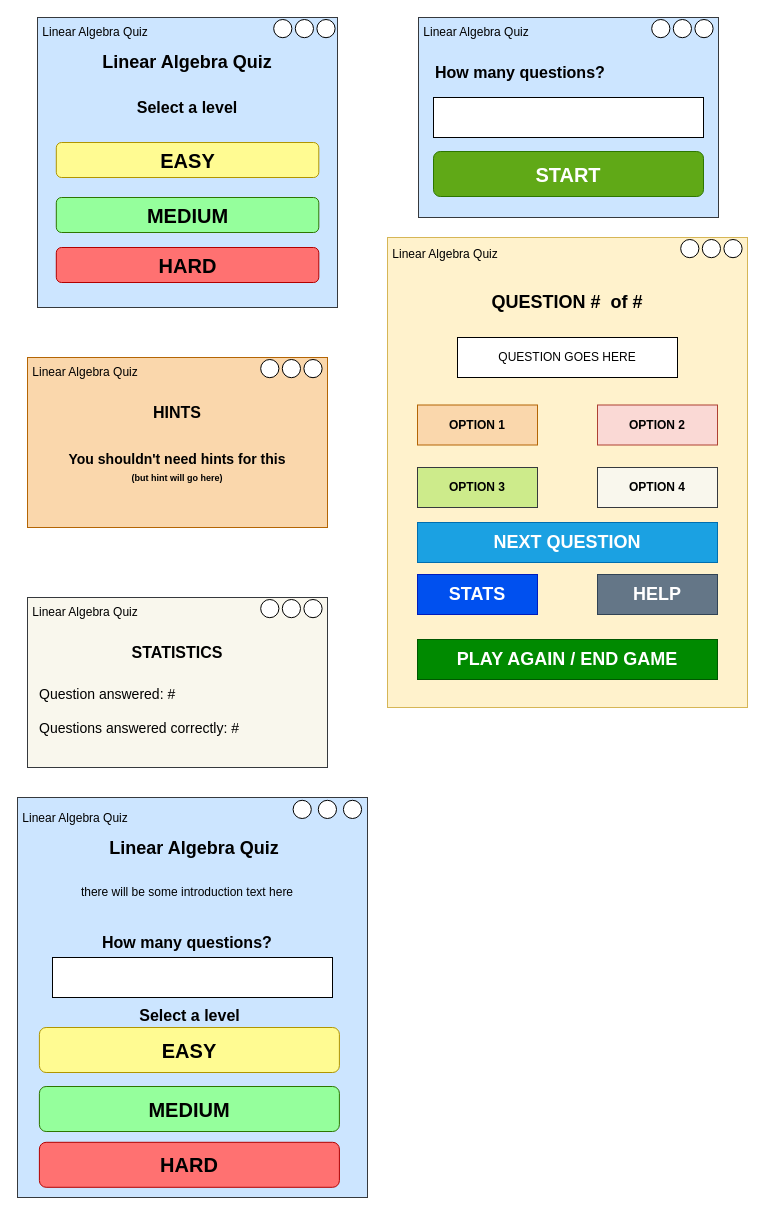
Above: algebra_assessment_GUIs.drawio in shortalligator/2025_algebra_assessment (draw.io), before the change. Source tidied: cells renumbered, new cells numbered last; positions are measured from the earlier drawing's top-left corner, leaving out a move shared by most shapes. Both pictures are drawn from the tidied source at 100%, with x=0, y=0 at pixel (17, 17).
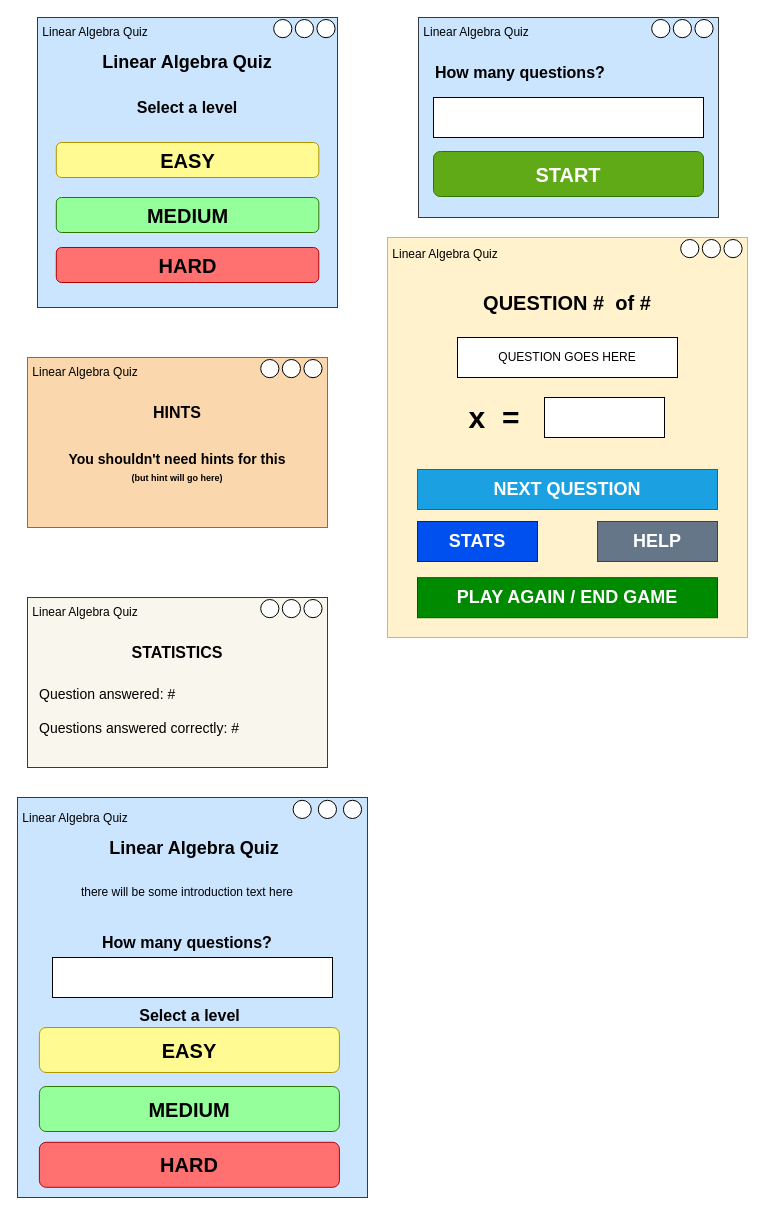
After the change.

Change to the diagram source:
```diff
@@
     <mxCell id="2" style="rounded=0;whiteSpace=wrap;html=1;fillColor=#fff2cc;strokeColor=#d6b656;" parent="1" vertex="1">
-      <mxGeometry x="370" y="220" width="360" height="470" as="geometry" />
+      <mxGeometry x="370" y="220" width="360" height="400" as="geometry" />
     </mxCell>
@@
-    <mxCell id="25" value="&lt;b&gt;&lt;font&gt;QUESTION #&amp;nbsp; of #&lt;/font&gt;&lt;/b&gt;" style="text;html=1;align=center;verticalAlign=middle;whiteSpace=wrap;rounded=0;fontSize=18;" parent="1" vertex="1">
-      <mxGeometry x="470" y="270" width="160" height="30" as="geometry" />
+    <mxCell id="25" value="&lt;b&gt;&lt;font&gt;QUESTION #&amp;nbsp; of #&lt;/font&gt;&lt;/b&gt;" style="text;html=1;align=center;verticalAlign=middle;whiteSpace=wrap;rounded=0;fontSize=20;" parent="1" vertex="1">
+      <mxGeometry x="465" y="270" width="170" height="30" as="geometry" />
     </mxCell>
@@
-    <mxCell id="27" value="&lt;b&gt;OPTION 1&lt;/b&gt;" style="rounded=0;whiteSpace=wrap;html=1;fillColor=#fad7ac;strokeColor=#b46504;" parent="1" vertex="1">
-      <mxGeometry x="400" y="387.5" width="120" height="40" as="geometry" />
-    </mxCell>
-    <mxCell id="28" value="&lt;b&gt;OPTION 2&lt;/b&gt;" style="rounded=0;whiteSpace=wrap;html=1;fillColor=#fad9d5;strokeColor=#ae4132;" parent="1" vertex="1">
-      <mxGeometry x="580" y="387.5" width="120" height="40" as="geometry" />
-    </mxCell>
-    <mxCell id="29" value="&lt;b&gt;OPTION 3&lt;/b&gt;" style="rounded=0;whiteSpace=wrap;html=1;fillColor=#cdeb8b;strokeColor=#36393d;" parent="1" vertex="1">
-      <mxGeometry x="400" y="450" width="120" height="40" as="geometry" />
-    </mxCell>
-    <mxCell id="30" value="&lt;b&gt;OPTION 4&lt;/b&gt;" style="rounded=0;whiteSpace=wrap;html=1;fillColor=#f9f7ed;strokeColor=#36393d;" parent="1" vertex="1">
-      <mxGeometry x="580" y="450" width="120" height="40" as="geometry" />
-    </mxCell>
     <mxCell id="31" value="STATS" style="rounded=0;whiteSpace=wrap;html=1;fontStyle=1;fontSize=18;fillColor=#0050ef;fontColor=#ffffff;strokeColor=#001DBC;" parent="1" vertex="1">
-      <mxGeometry x="400" y="557" width="120" height="40" as="geometry" />
+      <mxGeometry x="400" y="504" width="120" height="40" as="geometry" />
     </mxCell>
     <mxCell id="32" value="HELP" style="rounded=0;whiteSpace=wrap;html=1;fontStyle=1;fontSize=18;fillColor=#647687;strokeColor=#314354;fontColor=#ffffff;" parent="1" vertex="1">
-      <mxGeometry x="580" y="557" width="120" height="40" as="geometry" />
+      <mxGeometry x="580" y="504" width="120" height="40" as="geometry" />
     </mxCell>
     <mxCell id="33" value="PLAY AGAIN / END GAME" style="rounded=0;whiteSpace=wrap;html=1;fontSize=18;fontStyle=1;fillColor=#008a00;fontColor=#ffffff;strokeColor=#005700;" parent="1" vertex="1">
-      <mxGeometry x="400" y="622" width="300" height="40" as="geometry" />
+      <mxGeometry x="400" y="560.2" width="300" height="40" as="geometry" />
     </mxCell>
     <mxCell id="34" value="NEXT QUESTION" style="rounded=0;whiteSpace=wrap;html=1;fontStyle=1;fontSize=18;fillColor=#1ba1e2;fontColor=#ffffff;strokeColor=#006EAF;" parent="1" vertex="1">
-      <mxGeometry x="400" y="505" width="300" height="40" as="geometry" />
+      <mxGeometry x="400" y="452" width="300" height="40" as="geometry" />
     </mxCell>
@@
+    <mxCell id="62" style="rounded=0;whiteSpace=wrap;html=1;" parent="1" vertex="1">
+      <mxGeometry x="527" y="380" width="120" height="40" as="geometry" />
+    </mxCell>
+    <mxCell id="63" value="&lt;b&gt;x&amp;nbsp; =&lt;/b&gt;" style="text;html=1;align=center;verticalAlign=middle;whiteSpace=wrap;rounded=0;fontSize=30;" parent="1" vertex="1">
+      <mxGeometry x="447" y="385" width="60" height="30" as="geometry" />
+    </mxCell>
```
